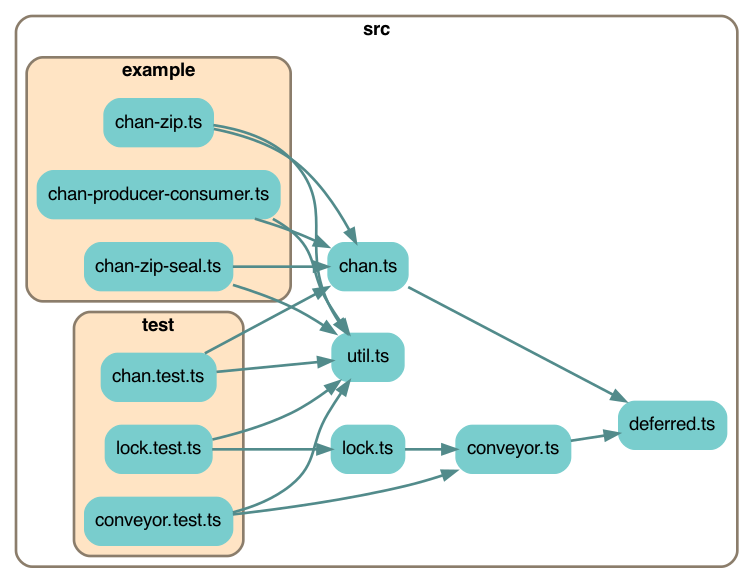
This is depchart/depchart-all.png from cinnamon-bun/concurrency-friends, a Graphviz export, as it was before one commit. Its source is kept beside it as depchart/depchart-all.dot.
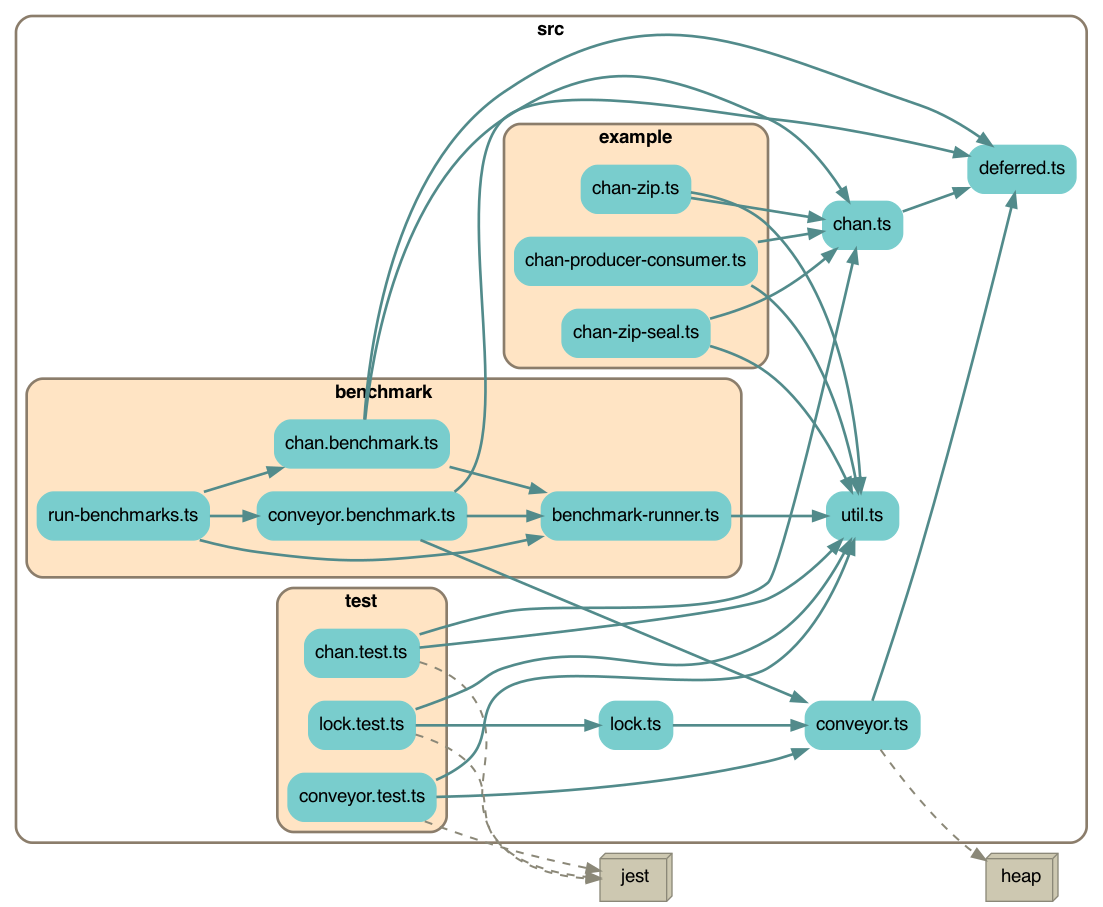
Later version of the same file.

What changed in the source:
```diff
@@ -7,7 +7,7 @@
     edge [fontname = "helvetica"];
 
 
-    subgraph cluster6723605718 {
+    subgraph cluster3617124457 {
         label=<<b>src</b>>;
         style="rounded";
         color=bisque4;
@@ -19,7 +19,20 @@
         "src/lock.ts" [label="lock.ts", shape=rectangle; style="rounded,filled"; color=darkslategray3];
         "src/util.ts" [label="util.ts", shape=rectangle; style="rounded,filled"; color=darkslategray3];
 
-        subgraph cluster4794301731 {
+        subgraph cluster711544665 {
+            label=<<b>benchmark</b>>;
+            style="rounded,filled";
+            fillcolor=bisque;
+            color=bisque4;
+            penwidth=2;
+
+            "src/benchmark/benchmark-runner.ts" [label="benchmark-runner.ts", shape=rectangle; style="rounded,filled"; color=darkslategray3];
+            "src/benchmark/chan.benchmark.ts" [label="chan.benchmark.ts", shape=rectangle; style="rounded,filled"; color=darkslategray3];
+            "src/benchmark/conveyor.benchmark.ts" [label="conveyor.benchmark.ts", shape=rectangle; style="rounded,filled"; color=darkslategray3];
+            "src/benchmark/run-benchmarks.ts" [label="run-benchmarks.ts", shape=rectangle; style="rounded,filled"; color=darkslategray3];
+        }
+
+        subgraph cluster7397078218 {
             label=<<b>example</b>>;
             style="rounded,filled";
             fillcolor=bisque;
@@ -31,7 +44,7 @@
             "src/example/chan-zip.ts" [label="chan-zip.ts", shape=rectangle; style="rounded,filled"; color=darkslategray3];
         }
 
-        subgraph cluster1206226089 {
+        subgraph cluster2257689938 {
             label=<<b>test</b>>;
             style="rounded,filled";
             fillcolor=bisque;
@@ -44,6 +57,19 @@
         }
     }
 
+        "heap" [shape=box3d, style=filled, fillcolor=cornsilk3, color=cornsilk4];
+        "jest" [shape=box3d, style=filled, fillcolor=cornsilk3, color=cornsilk4];
+
+    "src/benchmark/benchmark-runner.ts" -> "src/util.ts" [penwidth=2; color=darkslategray4];
+    "src/benchmark/chan.benchmark.ts" -> "src/chan.ts" [penwidth=2; color=darkslategray4];
+    "src/benchmark/chan.benchmark.ts" -> "src/deferred.ts" [penwidth=2; color=darkslategray4];
+    "src/benchmark/chan.benchmark.ts" -> "src/benchmark/benchmark-runner.ts" [penwidth=2; color=darkslategray4];
+    "src/benchmark/conveyor.benchmark.ts" -> "src/conveyor.ts" [penwidth=2; color=darkslategray4];
+    "src/benchmark/conveyor.benchmark.ts" -> "src/deferred.ts" [penwidth=2; color=darkslategray4];
+    "src/benchmark/conveyor.benchmark.ts" -> "src/benchmark/benchmark-runner.ts" [penwidth=2; color=darkslategray4];
+    "src/benchmark/run-benchmarks.ts" -> "src/benchmark/benchmark-runner.ts" [penwidth=2; color=darkslategray4];
+    "src/benchmark/run-benchmarks.ts" -> "src/benchmark/conveyor.benchmark.ts" [penwidth=2; color=darkslategray4];
+    "src/benchmark/run-benchmarks.ts" -> "src/benchmark/chan.benchmark.ts" [penwidth=2; color=darkslategray4];
     "src/chan.ts" -> "src/deferred.ts" [penwidth=2; color=darkslategray4];
     "src/conveyor.ts" -> "src/deferred.ts" [penwidth=2; color=darkslategray4];
     "src/example/chan-producer-consumer.ts" -> "src/chan.ts" [penwidth=2; color=darkslategray4];
@@ -60,4 +86,9 @@
     "src/test/lock.test.ts" -> "src/lock.ts" [penwidth=2; color=darkslategray4];
     "src/test/lock.test.ts" -> "src/util.ts" [penwidth=2; color=darkslategray4];
 
+    "src/conveyor.ts" -> "heap" [penwidth=1.5; style=dashed, color=cornsilk4, weight=1];
+    "src/test/chan.test.ts" -> "jest" [penwidth=1.5; style=dashed, color=cornsilk4, weight=1];
+    "src/test/conveyor.test.ts" -> "jest" [penwidth=1.5; style=dashed, color=cornsilk4, weight=1];
+    "src/test/lock.test.ts" -> "jest" [penwidth=1.5; style=dashed, color=cornsilk4, weight=1];
+
 }
```
